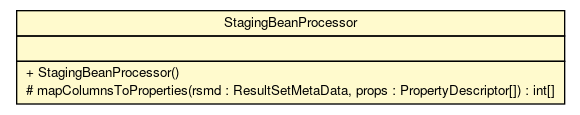
Above: brmo-loader/apidocs/nl/b3p/brmo/loader/util/StagingBeanProcessor.png in B3Partners/brmo (Graphviz), before the change. Its source is kept beside it as brmo-loader/apidocs/nl/b3p/brmo/loader/util/StagingBeanProcessor.dot. Source of this version:
```dot

digraph G {
	edge [fontname="Helvetica",fontsize=10,labelfontname="Helvetica",labelfontsize=10];
	node [fontname="Helvetica",fontsize=10,shape=plaintext];
	nodesep=0.25;
	ranksep=0.5;
	c2540 [label=<<table title="nl.b3p.brmo.loader.util.StagingBeanProcessor" border="0" cellborder="1" cellspacing="0" cellpadding="2" port="p" bgcolor="lemonChiffon" href="./StagingBeanProcessor.html">
		<tr><td><table border="0" cellspacing="0" cellpadding="1">
<tr><td align="center" balign="center"> StagingBeanProcessor </td></tr>
		</table></td></tr>
		<tr><td><table border="0" cellspacing="0" cellpadding="1">
<tr><td align="left" balign="left">  </td></tr>
		</table></td></tr>
		<tr><td><table border="0" cellspacing="0" cellpadding="1">
<tr><td align="left" balign="left"> + StagingBeanProcessor() </td></tr>
<tr><td align="left" balign="left"> # mapColumnsToProperties(rsmd : ResultSetMetaData, props : PropertyDescriptor[]) : int[] </td></tr>
		</table></td></tr>
		</table>>, URL="./StagingBeanProcessor.html", fontname="Helvetica", fontcolor="black", fontsize=10.0];
}
```
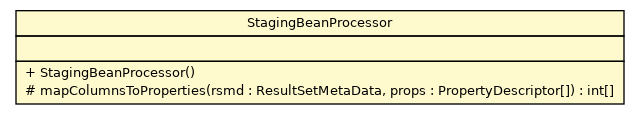
The same diagram one commit later.

Diff of the diagram source:
```diff
@@ -4,7 +4,7 @@
 	node [fontname="Helvetica",fontsize=10,shape=plaintext];
 	nodesep=0.25;
 	ranksep=0.5;
-	c2540 [label=<<table title="nl.b3p.brmo.loader.util.StagingBeanProcessor" border="0" cellborder="1" cellspacing="0" cellpadding="2" port="p" bgcolor="lemonChiffon" href="./StagingBeanProcessor.html">
+	c2552 [label=<<table title="nl.b3p.brmo.loader.util.StagingBeanProcessor" border="0" cellborder="1" cellspacing="0" cellpadding="2" port="p" bgcolor="lemonChiffon" href="./StagingBeanProcessor.html">
 		<tr><td><table border="0" cellspacing="0" cellpadding="1">
 <tr><td align="center" balign="center"> StagingBeanProcessor </td></tr>
 		</table></td></tr>
```
